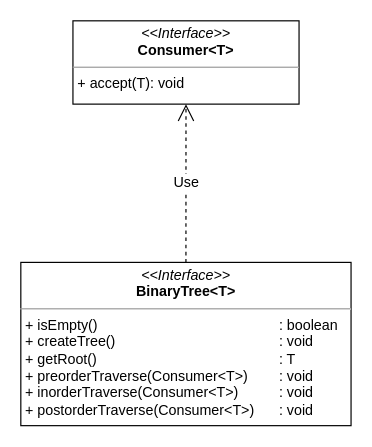
The draw.io diagram page "BinaryTree 类图" (3 of 8) of software-engineering/huffman-code.drawio in Pineapple666/Draw, before the edit. Source tidied: cells renumbered, new cells numbered last; positions are measured from the earlier drawing's top-left corner, leaving out a move shared by most shapes. Both pictures are drawn from the tidied source at 119%, with x=0, y=0 at pixel (20, 20).
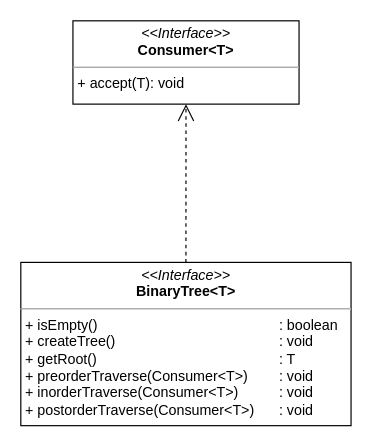
The same page after the edit.

The edit, as a diff of the source:
```diff
@@
 <mxGraphModel>
   <root>
     <mxCell id="0" />
     <mxCell id="1" parent="0" />
     <mxCell id="2" value="&lt;p style=&quot;margin:0px;margin-top:4px;text-align:center;&quot;&gt;&lt;i&gt;&amp;lt;&amp;lt;Interface&amp;gt;&amp;gt;&lt;/i&gt;&lt;br&gt;&lt;b&gt;BinaryTree&amp;lt;T&amp;gt;&lt;/b&gt;&lt;/p&gt;&lt;hr size=&quot;1&quot;&gt;&lt;p style=&quot;margin:0px;margin-left:4px;&quot;&gt;+ isEmpty()&lt;span style=&quot;white-space: pre;&quot;&gt;&#9;&lt;/span&gt;&lt;span style=&quot;white-space: pre;&quot;&gt;&#9;&lt;/span&gt;&lt;span style=&quot;white-space: pre;&quot;&gt;&#9;&lt;/span&gt;&lt;span style=&quot;white-space: pre;&quot;&gt;&#9;&lt;/span&gt;&lt;span style=&quot;white-space: pre;&quot;&gt;&#9;&lt;/span&gt;&lt;span style=&quot;white-space: pre;&quot;&gt;&#9;&lt;/span&gt;: boolean&lt;br&gt;&lt;/p&gt;&lt;p style=&quot;margin:0px;margin-left:4px;&quot;&gt;+ createTree()&lt;span style=&quot;white-space: pre;&quot;&gt;&#9;&lt;/span&gt;&lt;span style=&quot;white-space: pre;&quot;&gt;&#9;&lt;/span&gt;&lt;span style=&quot;white-space: pre;&quot;&gt;&#9;&lt;/span&gt;&lt;span style=&quot;white-space: pre;&quot;&gt;&#9;&lt;/span&gt;&lt;span style=&quot;white-space: pre;&quot;&gt;&#9;&lt;/span&gt;&lt;span style=&quot;white-space: pre;&quot;&gt;&#9;&lt;/span&gt;:&amp;nbsp;void&lt;/p&gt;&lt;p style=&quot;margin:0px;margin-left:4px;&quot;&gt;+ getRoot()&lt;span style=&quot;white-space: pre;&quot;&gt;&#9;&lt;/span&gt;&lt;span style=&quot;white-space: pre;&quot;&gt;&#9;&lt;/span&gt;&lt;span style=&quot;white-space: pre;&quot;&gt;&#9;&lt;/span&gt;&lt;span style=&quot;white-space: pre;&quot;&gt;&#9;&lt;/span&gt;&lt;span style=&quot;white-space: pre;&quot;&gt;&#9;&lt;/span&gt;&lt;span style=&quot;white-space: pre;&quot;&gt;&#9;&lt;/span&gt;: T&lt;/p&gt;&lt;p style=&quot;margin:0px;margin-left:4px;&quot;&gt;+ preorderTraverse(Consumer&amp;lt;T&amp;gt;)&lt;span style=&quot;white-space: pre;&quot;&gt;&#9;&lt;/span&gt;: void&lt;/p&gt;&lt;p style=&quot;margin:0px;margin-left:4px;&quot;&gt;+ inorderTraverse(Consumer&amp;lt;T&amp;gt;)&lt;span style=&quot;white-space: pre;&quot;&gt;&#9;&lt;span style=&quot;white-space: pre;&quot;&gt;&#9;&lt;/span&gt;&lt;/span&gt;: void&lt;/p&gt;&lt;p style=&quot;margin:0px;margin-left:4px;&quot;&gt;+ postorderTraverse(Consumer&amp;lt;T&amp;gt;)&lt;span style=&quot;white-space: pre;&quot;&gt;&#9;&lt;/span&gt;: void&lt;/p&gt;&lt;p style=&quot;margin:0px;margin-left:4px;&quot;&gt;&lt;br&gt;&lt;/p&gt;" style="verticalAlign=top;align=left;overflow=fill;fontSize=12;fontFamily=Helvetica;html=1;whiteSpace=wrap;" parent="1" vertex="1">
       <mxGeometry y="203" width="277.5" height="137.2" as="geometry" />
     </mxCell>
     <mxCell id="3" value="&lt;p style=&quot;margin:0px;margin-top:4px;text-align:center;&quot;&gt;&lt;i&gt;&amp;lt;&amp;lt;Interface&amp;gt;&amp;gt;&lt;/i&gt;&lt;br&gt;&lt;b&gt;Consumer&amp;lt;T&amp;gt;&lt;/b&gt;&lt;/p&gt;&lt;hr size=&quot;1&quot;&gt;&lt;p style=&quot;margin:0px;margin-left:4px;&quot;&gt;+ accept(T): void&lt;/p&gt;" style="verticalAlign=top;align=left;overflow=fill;fontSize=12;fontFamily=Helvetica;html=1;whiteSpace=wrap;" parent="1" vertex="1">
       <mxGeometry x="43.8" width="190" height="70" as="geometry" />
     </mxCell>
-    <mxCell id="4" value="Use" style="endArrow=open;endSize=12;dashed=1;html=1;rounded=0;fontSize=12;curved=1;exitX=0.5;exitY=0;exitDx=0;exitDy=0;entryX=0.5;entryY=1;entryDx=0;entryDy=0;" parent="1" edge="1" source="2" target="3">
+    <mxCell id="4" style="endArrow=open;endSize=12;dashed=1;html=1;rounded=0;fontSize=12;curved=1;exitX=0.5;exitY=0;exitDx=0;exitDy=0;entryX=0.5;entryY=1;entryDx=0;entryDy=0;" parent="1" edge="1" source="2" target="3">
       <mxGeometry relative="1" as="geometry" />
     </mxCell>
   </root>
 </mxGraphModel>
```
